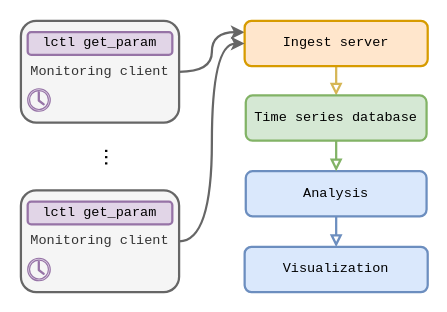
jaantollander/masters-thesis keeps this draw.io diagram as content/figures/lustre-monitor.drawio. Above is the earlier version. Source tidied: cells renumbered, new cells numbered last; positions are measured from the earlier drawing's top-left corner, leaving out a move shared by most shapes. Both pictures are drawn from the tidied source at 113%, with x=0, y=0 at pixel (20, 20).
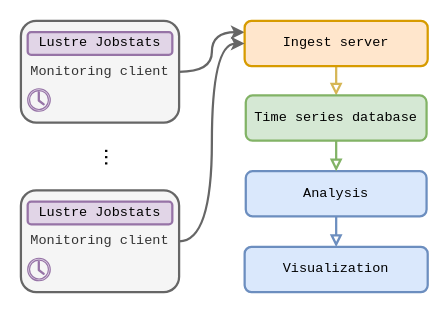
After the change.

The edit, as a diff of the source:
```diff
@@
 <mxGraphModel>
   <root>
     <mxCell id="0" />
     <mxCell id="1" parent="0" />
     <mxCell id="2" style="edgeStyle=orthogonalEdgeStyle;rounded=0;jettySize=auto;html=1;entryX=0;entryY=0.25;entryDx=0;entryDy=0;strokeWidth=2;startArrow=none;startFill=0;fillColor=#f5f5f5;strokeColor=#666666;curved=1;" parent="1" edge="1" source="3" target="5">
       <mxGeometry relative="1" as="geometry" />
     </mxCell>
     <mxCell id="3" value="Monitoring client" style="rounded=1;whiteSpace=wrap;html=1;strokeWidth=2;fontFamily=Courier New;fillColor=#f5f5f5;strokeColor=#666666;fontColor=#333333;" parent="1" vertex="1">
       <mxGeometry width="140" height="90" as="geometry" />
     </mxCell>
     <mxCell id="4" style="rounded=0;jettySize=auto;html=1;strokeWidth=2;fontSize=20;startArrow=none;startFill=0;fillColor=#fff2cc;strokeColor=#d6b656;endArrow=block;endFill=0;" parent="1" edge="1" source="5" target="9">
       <mxGeometry relative="1" as="geometry" />
     </mxCell>
     <mxCell id="5" value="Ingest server" style="rounded=1;whiteSpace=wrap;html=1;strokeWidth=2;fontFamily=Courier New;fillColor=#ffe6cc;strokeColor=#d79b00;" parent="1" vertex="1">
       <mxGeometry x="198" width="162" height="40" as="geometry" />
     </mxCell>
-    <mxCell id="6" value="lctl get_param" style="rounded=1;whiteSpace=wrap;html=1;strokeWidth=2;fontFamily=Courier New;fillColor=#e1d5e7;strokeColor=#9673a6;" parent="1" vertex="1">
+    <mxCell id="6" value="Lustre Jobstats" style="rounded=1;whiteSpace=wrap;html=1;strokeWidth=2;fontFamily=Courier New;fillColor=#e1d5e7;strokeColor=#9673a6;" parent="1" vertex="1">
       <mxGeometry x="6" y="10" width="128" height="20" as="geometry" />
     </mxCell>
     <mxCell id="7" value="Analysis" style="rounded=1;whiteSpace=wrap;html=1;strokeWidth=2;fontFamily=Courier New;fillColor=#dae8fc;strokeColor=#6c8ebf;" parent="1" vertex="1">
       <mxGeometry x="199" y="133" width="160" height="40" as="geometry" />
     </mxCell>
     <mxCell id="8" style="rounded=0;jettySize=auto;html=1;strokeWidth=2;fontSize=20;startArrow=none;startFill=0;fillColor=#d5e8d4;strokeColor=#82b366;endArrow=block;endFill=0;" parent="1" edge="1" source="9" target="7">
       <mxGeometry relative="1" as="geometry" />
     </mxCell>
     <mxCell id="9" value="Time series database" style="rounded=1;whiteSpace=wrap;html=1;strokeWidth=2;fontFamily=Courier New;fillColor=#d5e8d4;strokeColor=#82b366;" parent="1" vertex="1">
       <mxGeometry x="199" y="66" width="160" height="40" as="geometry" />
     </mxCell>
     <mxCell id="10" style="rounded=0;jettySize=auto;html=1;startArrow=block;startFill=0;endArrow=none;endFill=0;fillColor=#dae8fc;strokeColor=#6c8ebf;strokeWidth=2;" parent="1" edge="1" source="11" target="7">
       <mxGeometry relative="1" as="geometry" />
     </mxCell>
     <mxCell id="11" value="Visualization" style="rounded=1;whiteSpace=wrap;html=1;strokeWidth=2;fontFamily=Courier New;fillColor=#dae8fc;strokeColor=#6c8ebf;" parent="1" vertex="1">
       <mxGeometry x="198" y="200" width="162" height="40" as="geometry" />
     </mxCell>
     <mxCell id="12" style="sketch=0;shadow=0;dashed=0;html=1;strokeColor=#9673a6;fillColor=#e1d5e7;labelPosition=center;verticalLabelPosition=bottom;verticalAlign=top;align=center;shape=mxgraph.office.concepts.clock;" parent="1" vertex="1">
       <mxGeometry x="6" y="60" width="20" height="20" as="geometry" />
     </mxCell>
     <mxCell id="13" value="..." style="text;html=1;strokeColor=none;fillColor=none;align=center;verticalAlign=middle;whiteSpace=wrap;rounded=0;dashed=1;dashPattern=1 4;strokeWidth=2;fontSize=20;rotation=90;" parent="1" vertex="1">
       <mxGeometry x="53" y="119" width="60" height="4" as="geometry" />
     </mxCell>
     <mxCell id="14" style="edgeStyle=orthogonalEdgeStyle;curved=1;rounded=0;jettySize=auto;html=1;entryX=0;entryY=0.5;entryDx=0;entryDy=0;strokeWidth=2;fontSize=20;startArrow=none;startFill=0;fillColor=#f5f5f5;strokeColor=#666666;" parent="1" edge="1" source="15" target="5">
       <mxGeometry relative="1" as="geometry" />
     </mxCell>
     <mxCell id="15" value="Monitoring client" style="rounded=1;whiteSpace=wrap;html=1;strokeWidth=2;fontFamily=Courier New;fillColor=#f5f5f5;strokeColor=#666666;fontColor=#333333;" parent="1" vertex="1">
       <mxGeometry y="150" width="140" height="90" as="geometry" />
     </mxCell>
-    <mxCell id="16" value="lctl get_param" style="rounded=1;whiteSpace=wrap;html=1;strokeWidth=2;fontFamily=Courier New;fillColor=#e1d5e7;strokeColor=#9673a6;" parent="1" vertex="1">
+    <mxCell id="16" value="Lustre Jobstats" style="rounded=1;whiteSpace=wrap;html=1;strokeWidth=2;fontFamily=Courier New;fillColor=#e1d5e7;strokeColor=#9673a6;" parent="1" vertex="1">
       <mxGeometry x="6" y="160" width="128" height="20" as="geometry" />
     </mxCell>
     <mxCell id="17" style="sketch=0;shadow=0;dashed=0;html=1;strokeColor=#9673a6;fillColor=#e1d5e7;labelPosition=center;verticalLabelPosition=bottom;verticalAlign=top;align=center;shape=mxgraph.office.concepts.clock;" parent="1" vertex="1">
       <mxGeometry x="6" y="210" width="20" height="20" as="geometry" />
     </mxCell>
   </root>
 </mxGraphModel>
```
